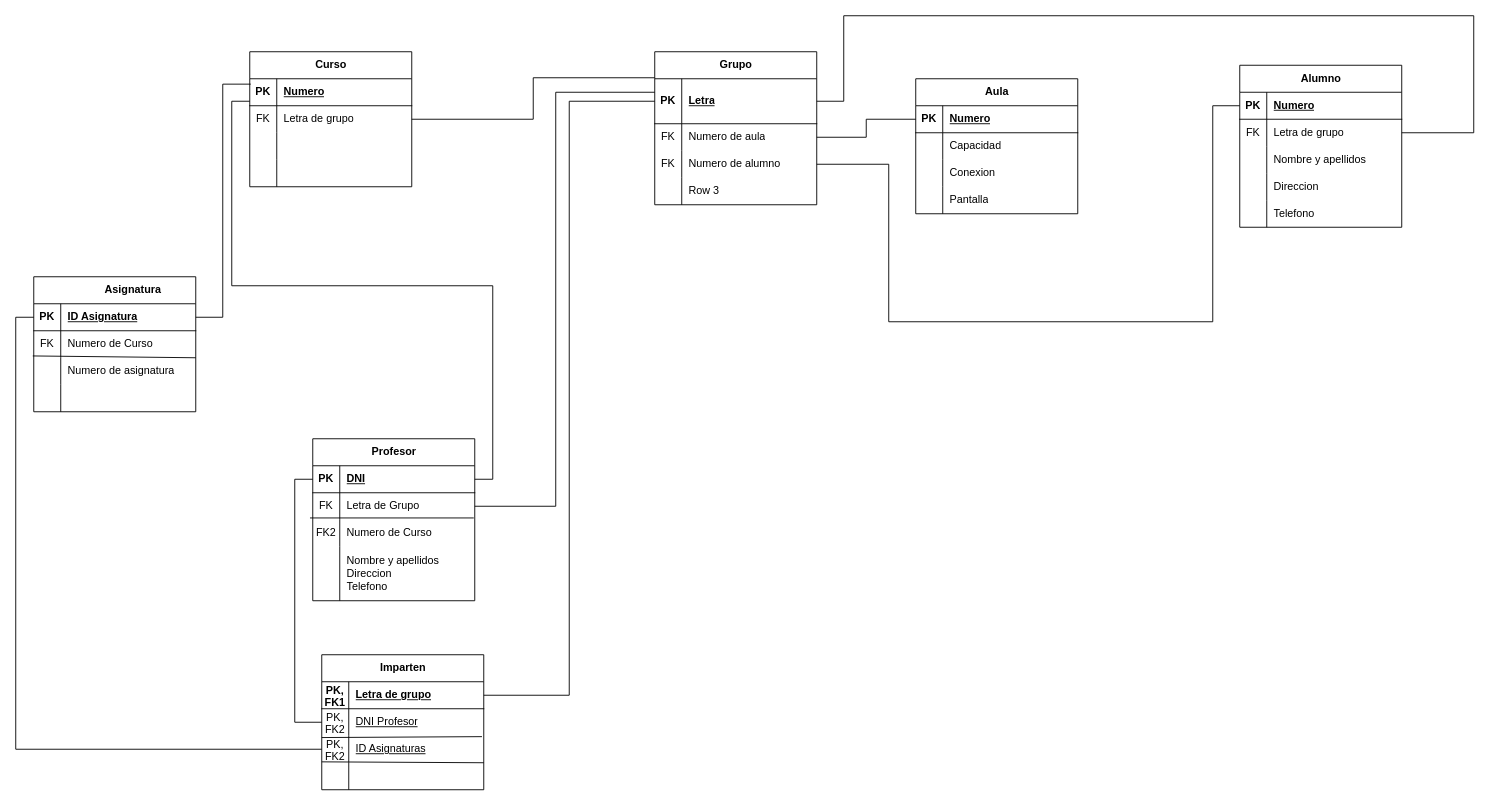
Before: Unidad1/Tareas/MR Tarea2/Untitled Diagram.drawio in JVC0/Base-Datos, a draw.io diagram. Source tidied: cells renumbered, new cells numbered last; positions are measured from the earlier drawing's top-left corner, leaving out a move shared by most shapes. Both pictures are drawn from the tidied source at 90%, with x=0, y=0 at pixel (33, 15).
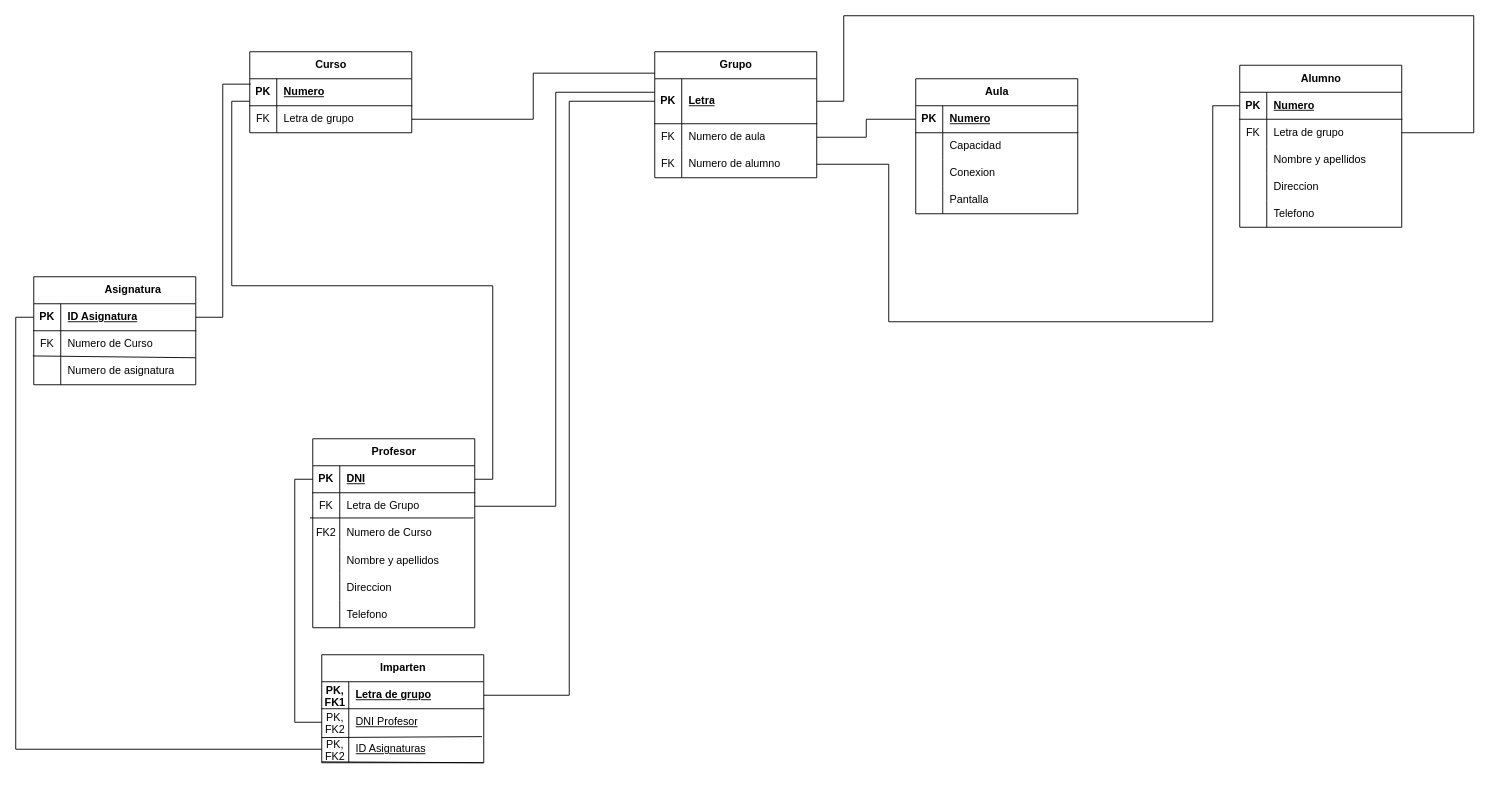
The same diagram, later.

Change to the diagram source:
```diff
@@
     <mxCell id="2" value="Curso" style="shape=table;startSize=30;childLayout=tableLayout;rowLines=0;fontStyle=1;align=center;html=1;" parent="1" vertex="1">
-      <mxGeometry x="240" y="40" width="180" height="150" as="geometry" />
+      <mxGeometry x="240" y="40" width="180" height="90" as="geometry" />
     </mxCell>
@@
-    <mxCell id="9" style="shape=tableRow;horizontal=0;startSize=0;swimlaneHead=0;swimlaneBody=0;fillColor=none;top=0;left=0;right=0;bottom=0;" parent="2" vertex="1">
-      <mxGeometry y="90" width="180" height="30" as="geometry" />
-    </mxCell>
-    <mxCell id="10" style="shape=partialRectangle;fillColor=none;top=0;left=0;bottom=0;right=0;overflow=hidden;whiteSpace=wrap;html=1;" parent="9" vertex="1">
-      <mxGeometry width="30" height="30" as="geometry" />
-    </mxCell>
-    <mxCell id="11" style="shape=partialRectangle;fillColor=none;top=0;left=0;bottom=0;right=0;align=left;spacingLeft=6;overflow=hidden;whiteSpace=wrap;html=1;" parent="9" vertex="1">
-      <mxGeometry x="30" width="150" height="30" as="geometry" />
-    </mxCell>
-    <mxCell id="12" style="shape=tableRow;horizontal=0;startSize=0;swimlaneHead=0;swimlaneBody=0;fillColor=none;top=0;left=0;right=0;bottom=0;" parent="2" vertex="1">
-      <mxGeometry y="120" width="180" height="30" as="geometry" />
-    </mxCell>
-    <mxCell id="13" style="shape=partialRectangle;fillColor=none;top=0;left=0;bottom=0;right=0;overflow=hidden;whiteSpace=wrap;html=1;" parent="12" vertex="1">
-      <mxGeometry width="30" height="30" as="geometry" />
-    </mxCell>
-    <mxCell id="14" style="shape=partialRectangle;fillColor=none;top=0;left=0;bottom=0;right=0;align=left;spacingLeft=6;overflow=hidden;whiteSpace=wrap;html=1;" parent="12" vertex="1">
-      <mxGeometry x="30" width="150" height="30" as="geometry" />
-    </mxCell>
     <mxCell id="15" value="&lt;blockquote style=&quot;margin: 0 0 0 40px; border: none; padding: 0px;&quot;&gt;Asignatura&lt;/blockquote&gt;" style="shape=table;startSize=30;childLayout=tableLayout;rowLines=0;fontStyle=1;align=center;html=1;" parent="1" vertex="1">
-      <mxGeometry y="290" width="180" height="150" as="geometry" />
+      <mxGeometry y="290" width="180" height="120" as="geometry" />
     </mxCell>
@@
-    <mxCell id="25" style="shape=tableRow;horizontal=0;startSize=0;swimlaneHead=0;swimlaneBody=0;fillColor=none;top=0;left=0;right=0;bottom=0;" parent="15" vertex="1">
-      <mxGeometry y="120" width="180" height="30" as="geometry" />
-    </mxCell>
-    <mxCell id="26" style="shape=partialRectangle;fillColor=none;top=0;left=0;bottom=0;right=0;overflow=hidden;whiteSpace=wrap;html=1;" parent="25" vertex="1">
-      <mxGeometry width="30" height="30" as="geometry" />
-    </mxCell>
-    <mxCell id="27" style="shape=partialRectangle;fillColor=none;top=0;left=0;bottom=0;right=0;align=left;spacingLeft=6;overflow=hidden;whiteSpace=wrap;html=1;" parent="25" vertex="1">
-      <mxGeometry x="30" width="150" height="30" as="geometry" />
-    </mxCell>
@@
     <mxCell id="30" value="Profesor" style="shape=table;startSize=30;childLayout=tableLayout;rowLines=0;fontStyle=1;align=center;html=1;" parent="1" vertex="1">
-      <mxGeometry x="310" y="470" width="180" height="180" as="geometry" />
+      <mxGeometry x="310" y="470" width="180" height="210" as="geometry" />
     </mxCell>
@@
-    <mxCell id="40" style="shape=tableRow;horizontal=0;startSize=0;swimlaneHead=0;swimlaneBody=0;fillColor=none;top=0;left=0;right=0;bottom=0;" parent="30" vertex="1">
-      <mxGeometry y="120" width="180" height="60" as="geometry" />
-    </mxCell>
-    <mxCell id="41" style="shape=partialRectangle;fillColor=none;top=0;left=0;bottom=0;right=0;overflow=hidden;whiteSpace=wrap;html=1;" parent="40" vertex="1">
-      <mxGeometry width="30" height="60" as="geometry" />
-    </mxCell>
-    <mxCell id="42" value="Nombre y apellidos&lt;br&gt;Direccion&lt;br style=&quot;border-color: var(--border-color);&quot;&gt;Telefono" style="shape=partialRectangle;fillColor=none;top=0;left=0;bottom=0;right=0;align=left;spacingLeft=6;overflow=hidden;whiteSpace=wrap;html=1;" parent="40" vertex="1">
-      <mxGeometry x="30" width="150" height="60" as="geometry" />
-    </mxCell>
+    <mxCell id="110" style="shape=tableRow;horizontal=0;startSize=0;swimlaneHead=0;swimlaneBody=0;fillColor=none;top=0;left=0;right=0;bottom=0;" parent="30" vertex="1">
+      <mxGeometry y="120" width="180" height="30" as="geometry" />
+    </mxCell>
+    <mxCell id="111" style="shape=partialRectangle;fillColor=none;top=0;left=0;bottom=0;right=0;overflow=hidden;" parent="110" vertex="1">
+      <mxGeometry width="30" height="30" as="geometry" />
+    </mxCell>
+    <mxCell id="112" value="Nombre y apellidos" style="shape=partialRectangle;fillColor=none;top=0;left=0;bottom=0;right=0;align=left;spacingLeft=6;overflow=hidden;" parent="110" vertex="1">
+      <mxGeometry x="30" width="150" height="30" as="geometry" />
+    </mxCell>
+    <mxCell id="113" style="shape=tableRow;horizontal=0;startSize=0;swimlaneHead=0;swimlaneBody=0;fillColor=none;top=0;left=0;right=0;bottom=0;" parent="30" vertex="1">
+      <mxGeometry y="150" width="180" height="30" as="geometry" />
+    </mxCell>
+    <mxCell id="114" style="shape=partialRectangle;fillColor=none;top=0;left=0;bottom=0;right=0;overflow=hidden;" parent="113" vertex="1">
+      <mxGeometry width="30" height="30" as="geometry" />
+    </mxCell>
+    <mxCell id="115" value="Direccion" style="shape=partialRectangle;fillColor=none;top=0;left=0;bottom=0;right=0;align=left;spacingLeft=6;overflow=hidden;" parent="113" vertex="1">
+      <mxGeometry x="30" width="150" height="30" as="geometry" />
+    </mxCell>
@@
+    <mxCell id="116" style="shape=tableRow;horizontal=0;startSize=0;swimlaneHead=0;swimlaneBody=0;fillColor=none;top=0;left=0;right=0;bottom=0;" parent="30" vertex="1">
+      <mxGeometry y="180" width="180" height="30" as="geometry" />
+    </mxCell>
+    <mxCell id="117" style="shape=partialRectangle;fillColor=none;top=0;left=0;bottom=0;right=0;overflow=hidden;" parent="116" vertex="1">
+      <mxGeometry width="30" height="30" as="geometry" />
+    </mxCell>
+    <mxCell id="118" value="Telefono" style="shape=partialRectangle;fillColor=none;top=0;left=0;bottom=0;right=0;align=left;spacingLeft=6;overflow=hidden;" parent="116" vertex="1">
+      <mxGeometry x="30" width="150" height="30" as="geometry" />
+    </mxCell>
@@
     <mxCell id="45" value="Grupo" style="shape=table;startSize=30;childLayout=tableLayout;rowLines=0;fontStyle=1;align=center;html=1;" parent="1" vertex="1">
-      <mxGeometry x="690" y="40" width="180" height="170" as="geometry" />
+      <mxGeometry x="690" y="40" width="180" height="140" as="geometry" />
     </mxCell>
@@
-    <mxCell id="55" style="shape=tableRow;horizontal=0;startSize=0;swimlaneHead=0;swimlaneBody=0;fillColor=none;top=0;left=0;right=0;bottom=0;" parent="45" vertex="1">
-      <mxGeometry y="140" width="180" height="30" as="geometry" />
-    </mxCell>
-    <mxCell id="56" style="shape=partialRectangle;fillColor=none;top=0;left=0;bottom=0;right=0;overflow=hidden;whiteSpace=wrap;html=1;" parent="55" vertex="1">
-      <mxGeometry width="30" height="30" as="geometry" />
-    </mxCell>
-    <mxCell id="57" value="Row 3" style="shape=partialRectangle;fillColor=none;top=0;left=0;bottom=0;right=0;align=left;spacingLeft=6;overflow=hidden;whiteSpace=wrap;html=1;" parent="55" vertex="1">
-      <mxGeometry x="30" width="150" height="30" as="geometry" />
-    </mxCell>
@@
     <mxCell id="60" value="Imparten" style="shape=table;startSize=30;childLayout=tableLayout;rowLines=0;fontStyle=1;align=center;html=1;" parent="1" vertex="1">
-      <mxGeometry x="320" y="710" width="180" height="150" as="geometry" />
+      <mxGeometry x="320" y="710" width="180" height="120" as="geometry" />
     </mxCell>
@@
-    <mxCell id="70" style="shape=tableRow;horizontal=0;startSize=0;swimlaneHead=0;swimlaneBody=0;fillColor=none;points=[[0,0.5],[1,0.5]];portConstraint=eastwest;top=0;left=0;right=0;bottom=0;" parent="60" vertex="1">
-      <mxGeometry y="120" width="180" height="30" as="geometry" />
-    </mxCell>
-    <mxCell id="71" style="shape=partialRectangle;fillColor=none;top=0;left=0;bottom=0;right=0;overflow=hidden;whiteSpace=wrap;html=1;" parent="70" vertex="1">
-      <mxGeometry width="30" height="30" as="geometry" />
-    </mxCell>
-    <mxCell id="72" style="shape=partialRectangle;fillColor=none;top=0;left=0;bottom=0;right=0;align=left;spacingLeft=6;overflow=hidden;whiteSpace=wrap;html=1;" parent="70" vertex="1">
-      <mxGeometry x="30" width="150" height="30" as="geometry" />
-    </mxCell>
@@
-    <mxCell id="74" style="endArrow=none;html=1;rounded=0;exitX=0;exitY=-0.033;exitDx=0;exitDy=0;exitPerimeter=0;entryX=1;entryY=0;entryDx=0;entryDy=0;entryPerimeter=0;" parent="60" edge="1" source="70" target="70">
-      <mxGeometry relative="1" as="geometry" />
+    <mxCell id="74" style="endArrow=none;html=1;rounded=0;exitX=0;exitY=-0.033;exitDx=0;exitDy=0;exitPerimeter=0;entryX=1;entryY=0;entryDx=0;entryDy=0;entryPerimeter=0;" parent="60" edge="1">
+      <mxGeometry relative="1" as="geometry">
+        <mxPoint y="119" as="sourcePoint" />
+        <mxPoint x="180" y="120" as="targetPoint" />
+      </mxGeometry>
     </mxCell>
```
